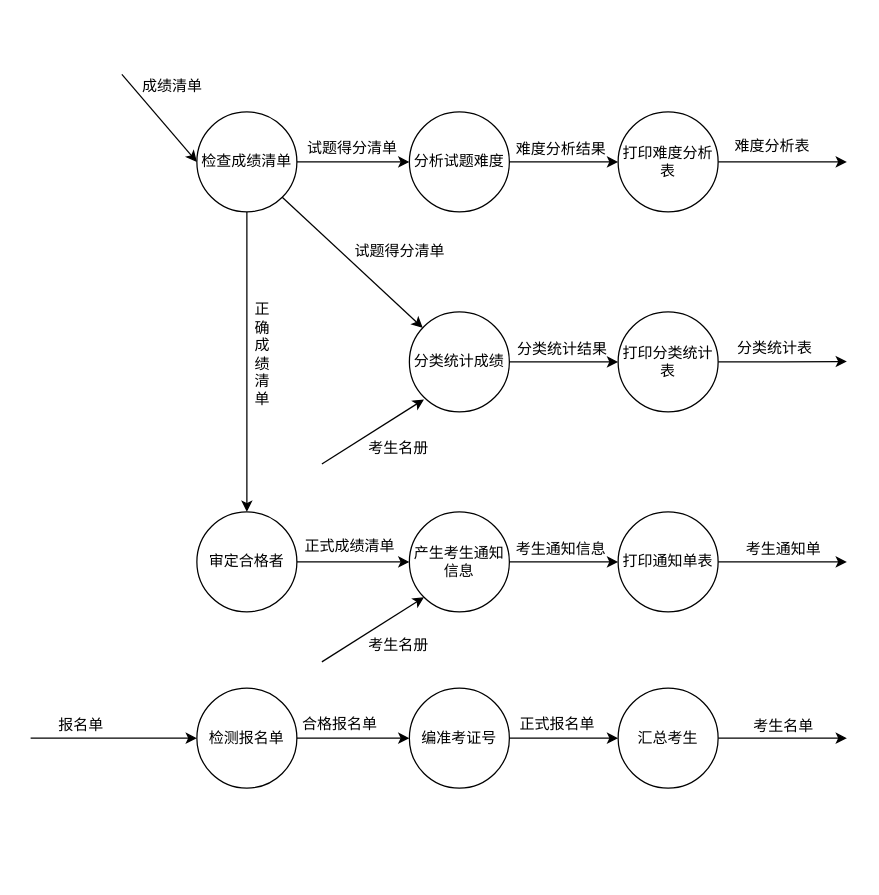
yxy235/SE keeps this draw.io diagram as Test2.drawio. Above is the earlier version. Source tidied: cells renumbered, new cells numbered last; positions are measured from the earlier drawing's top-left corner, leaving out a move shared by most shapes. Both pictures are drawn from the tidied source at 125%, with x=0, y=0 at pixel (30, 68).
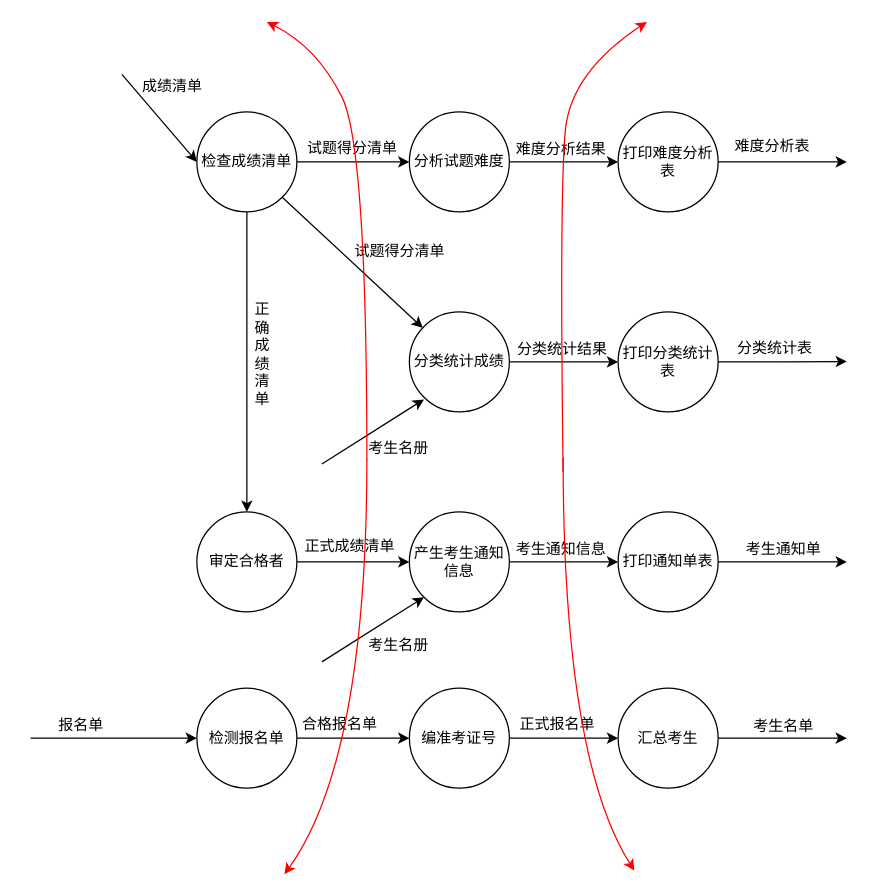
The same page after the edit.

Diff of the diagram source:
```diff
@@
+    <mxCell id="47" style="curved=1;endArrow=classic;html=1;rounded=0;fillColor=#FF0000;strokeColor=#FF0000;" parent="1" edge="1">
+      <mxGeometry relative="1" as="geometry">
+        <mxPoint x="269" y="313" as="sourcePoint" />
+        <mxPoint x="189" y="-37" as="targetPoint" />
+        <Array as="points">
+          <mxPoint x="269" y="63" />
+          <mxPoint x="229" y="-17" />
+        </Array>
+      </mxGeometry>
+    </mxCell>
+    <mxCell id="48" style="curved=1;endArrow=classic;html=1;rounded=0;strokeColor=#FF0000;" parent="1" edge="1">
+      <mxGeometry relative="1" as="geometry">
+        <mxPoint x="269" y="312.5" as="sourcePoint" />
+        <mxPoint x="203" y="645" as="targetPoint" />
+        <Array as="points">
+          <mxPoint x="269" y="553" />
+        </Array>
+      </mxGeometry>
+    </mxCell>
+    <mxCell id="49" style="curved=1;endArrow=classic;html=1;rounded=0;fillColor=#FF0000;strokeColor=#FF0000;" parent="1" edge="1">
+      <mxGeometry relative="1" as="geometry">
+        <mxPoint x="426" y="323" as="sourcePoint" />
+        <mxPoint x="493" y="-37" as="targetPoint" />
+        <Array as="points">
+          <mxPoint x="423" y="93" />
+          <mxPoint x="433" y="3" />
+        </Array>
+      </mxGeometry>
+    </mxCell>
+    <mxCell id="50" style="curved=1;endArrow=classic;html=1;rounded=0;strokeColor=#FF0000;" parent="1" edge="1">
+      <mxGeometry relative="1" as="geometry">
+        <mxPoint x="426" y="311.5" as="sourcePoint" />
+        <mxPoint x="483" y="642" as="targetPoint" />
+        <Array as="points">
+          <mxPoint x="426" y="552" />
+        </Array>
+      </mxGeometry>
+    </mxCell>
```
